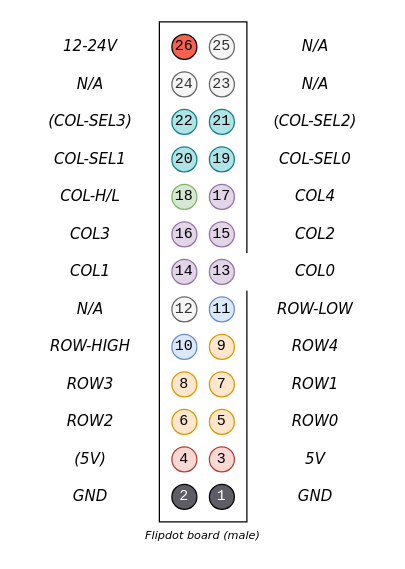
The draw.io diagram docs/img/drawio/26pin.drawio in prefixFelix/mobitec-flipdot, before the edit. Source tidied: cells renumbered, new cells numbered last; positions are measured from the earlier drawing's top-left corner, leaving out a move shared by most shapes. Both pictures are drawn from the tidied source at 125%, with x=0, y=0 at pixel (21, 21).
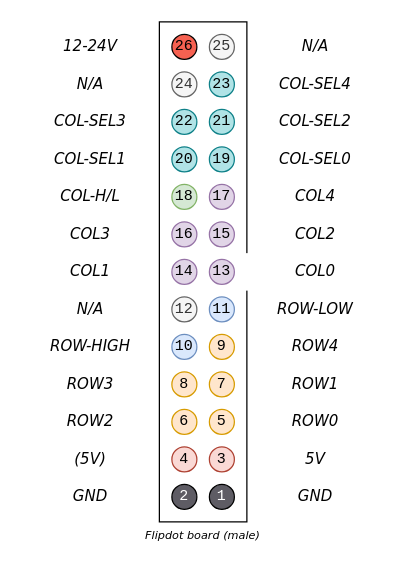
The same diagram, later.

What changed in the source:
```diff
@@
-    <mxCell id="7" value="23" style="ellipse;whiteSpace=wrap;html=1;fontFamily=Courier New;fillColor=#f5f5f5;fontColor=#333333;strokeColor=#666666;" parent="1" vertex="1">
+    <mxCell id="7" value="23" style="ellipse;whiteSpace=wrap;html=1;fontFamily=Courier New;fillColor=#b0e3e6;strokeColor=#0e8088;" parent="1" vertex="1">
       <mxGeometry x="150" y="40" width="20" height="20" as="geometry" />
     </mxCell>
@@
-    <mxCell id="45" value="(&lt;font face=&quot;Verdana&quot;&gt;&lt;i&gt;COL-SEL2)&lt;/i&gt;&lt;/font&gt;" style="text;html=1;strokeColor=none;fillColor=none;align=center;verticalAlign=middle;whiteSpace=wrap;rounded=0;" parent="1" vertex="1">
+    <mxCell id="45" value="&lt;font face=&quot;Verdana&quot;&gt;&lt;i&gt;COL-SEL2&lt;/i&gt;&lt;/font&gt;" style="text;html=1;strokeColor=none;fillColor=none;align=center;verticalAlign=middle;whiteSpace=wrap;rounded=0;" parent="1" vertex="1">
       <mxGeometry x="180" y="70" width="110" height="20" as="geometry" />
     </mxCell>
-    <mxCell id="46" value="&lt;font face=&quot;Verdana&quot;&gt;&lt;i&gt;N/A&lt;/i&gt;&lt;/font&gt;" style="text;html=1;strokeColor=none;fillColor=none;align=center;verticalAlign=middle;whiteSpace=wrap;rounded=0;" parent="1" vertex="1">
+    <mxCell id="46" value="&lt;font face=&quot;Verdana&quot;&gt;&lt;i&gt;COL-SEL4&lt;/i&gt;&lt;/font&gt;" style="text;html=1;strokeColor=none;fillColor=none;align=center;verticalAlign=middle;whiteSpace=wrap;rounded=0;" parent="1" vertex="1">
       <mxGeometry x="180" y="40" width="110" height="20" as="geometry" />
     </mxCell>
@@
-    <mxCell id="51" value="&lt;font face=&quot;Verdana&quot;&gt;&lt;i&gt;(COL-SEL3)&lt;/i&gt;&lt;/font&gt;" style="text;html=1;strokeColor=none;fillColor=none;align=center;verticalAlign=middle;whiteSpace=wrap;rounded=0;" parent="1" vertex="1">
+    <mxCell id="51" value="&lt;font face=&quot;Verdana&quot;&gt;&lt;i&gt;COL-SEL3&lt;/i&gt;&lt;/font&gt;" style="text;html=1;strokeColor=none;fillColor=none;align=center;verticalAlign=middle;whiteSpace=wrap;rounded=0;" parent="1" vertex="1">
       <mxGeometry y="70" width="110" height="20" as="geometry" />
     </mxCell>
```
